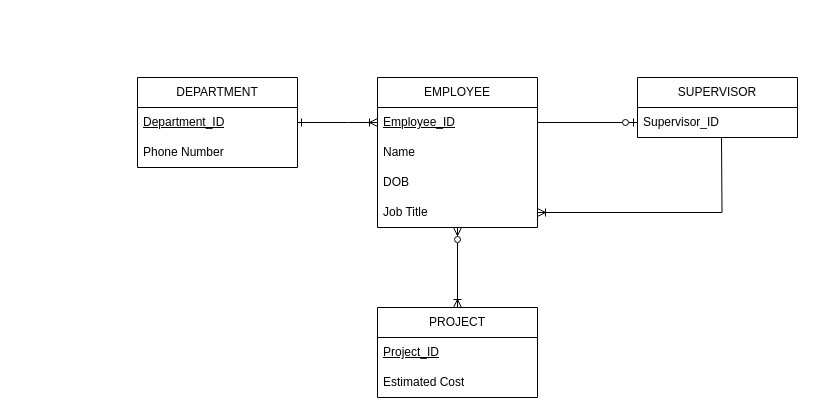
ngimpWT/CIDM3350 keeps this draw.io diagram as Homework1.drawio. Above is the earlier version. Source tidied: cells renumbered, new cells numbered last; positions are measured from the earlier drawing's top-left corner, leaving out a move shared by most shapes. Both pictures are drawn from the tidied source at 100%, with x=0, y=0 at pixel (137, 77).
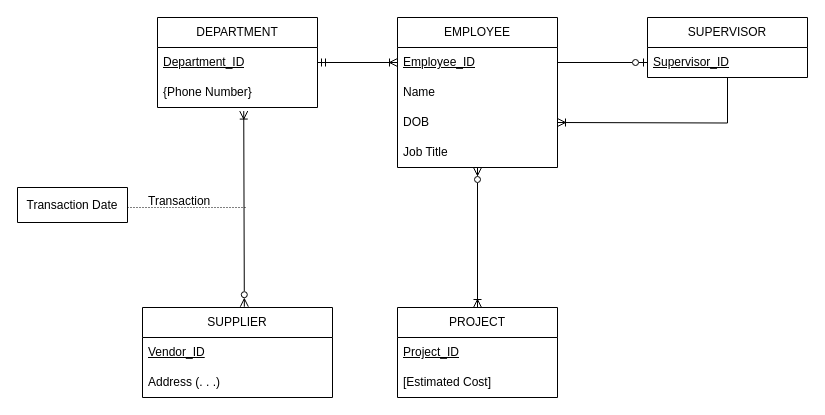
After the change.

The change refers to these unchanged cells:
```xml
<mxCell id="5" value="&lt;u&gt;Employee_ID&lt;/u&gt;" style="text;strokeColor=none;fillColor=none;align=left;verticalAlign=middle;spacingLeft=4;spacingRight=4;overflow=hidden;points=[[0,0.5],[1,0.5]];portConstraint=eastwest;whiteSpace=wrap;html=1;" parent="4" vertex="1">
  <mxGeometry y="30" width="160" height="30" as="geometry" />
</mxCell>
<mxCell id="8" value="Job Title" style="text;strokeColor=none;fillColor=none;align=left;verticalAlign=middle;spacingLeft=4;spacingRight=4;overflow=hidden;points=[[0,0.5],[1,0.5]];portConstraint=eastwest;whiteSpace=wrap;html=1;" parent="4" vertex="1">
  <mxGeometry y="120" width="160" height="30" as="geometry" />
</mxCell>
```

The edit, as a diff of the source:
```diff
@@
-    <mxCell id="3" style="rounded=0;jettySize=auto;html=1;exitX=0;exitY=0.5;exitDx=0;exitDy=0;startArrow=ERoneToMany;startFill=0;endArrow=ERone;endFill=0;" parent="1" edge="1" source="5" target="17">
-      <mxGeometry relative="1" as="geometry">
-        <Array as="points">
-          <mxPoint x="210" y="45" />
-        </Array>
-      </mxGeometry>
+    <mxCell id="3" style="rounded=0;jettySize=auto;html=1;exitX=0;exitY=0.5;exitDx=0;exitDy=0;startArrow=ERoneToMany;startFill=0;endArrow=ERmandOne;endFill=0;" parent="1" edge="1" source="5" target="17">
+      <mxGeometry relative="1" as="geometry" />
     </mxCell>
     <mxCell id="4" value="EMPLOYEE" style="swimlane;fontStyle=0;horizontal=1;startSize=30;whiteSpace=wrap;html=1;" parent="1" vertex="1">
-      <mxGeometry x="240" width="160" height="150" as="geometry" />
+      <mxGeometry x="260" y="-60" width="160" height="150" as="geometry" />
     </mxCell>
@@
     <mxCell id="10" value="SUPERVISOR" style="swimlane;fontStyle=0;horizontal=1;startSize=30;whiteSpace=wrap;html=1;" parent="1" vertex="1">
-      <mxGeometry x="500" width="160" height="60" as="geometry" />
+      <mxGeometry x="510" y="-60" width="160" height="60" as="geometry" />
     </mxCell>
-    <mxCell id="11" value="Supervisor_ID" style="text;strokeColor=none;fillColor=none;align=left;verticalAlign=middle;spacingLeft=4;spacingRight=4;overflow=hidden;points=[[0,0.5],[1,0.5]];portConstraint=eastwest;whiteSpace=wrap;html=1;" parent="10" vertex="1">
+    <mxCell id="11" value="&lt;u&gt;Supervisor_ID&lt;/u&gt;" style="text;strokeColor=none;fillColor=none;align=left;verticalAlign=middle;spacingLeft=4;spacingRight=4;overflow=hidden;points=[[0,0.5],[1,0.5]];portConstraint=eastwest;whiteSpace=wrap;html=1;" parent="10" vertex="1">
       <mxGeometry y="30" width="160" height="30" as="geometry" />
     </mxCell>
@@
-    <mxCell id="13" style="endArrow=none;html=1;rounded=0;edgeStyle=orthogonalEdgeStyle;startArrow=ERoneToMany;startFill=0;exitX=1;exitY=0.5;exitDx=0;exitDy=0;" parent="1" edge="1" source="8">
+    <mxCell id="13" style="endArrow=none;html=1;rounded=0;edgeStyle=orthogonalEdgeStyle;startArrow=ERoneToMany;startFill=0;exitX=1;exitY=0.5;exitDx=0;exitDy=0;entryX=0.5;entryY=1;entryDx=0;entryDy=0;" parent="1" edge="1" target="10">
       <mxGeometry relative="1" as="geometry">
-        <mxPoint x="584" y="60" as="targetPoint" />
+        <mxPoint x="420" y="45" as="sourcePoint" />
       </mxGeometry>
     </mxCell>
     <mxCell id="14" value="PROJECT" style="swimlane;fontStyle=0;horizontal=1;startSize=30;whiteSpace=wrap;html=1;" parent="1" vertex="1">
-      <mxGeometry x="240" y="230" width="160" height="90" as="geometry" />
+      <mxGeometry x="260" y="230" width="160" height="90" as="geometry" />
     </mxCell>
@@
-    <mxCell id="16" value="Estimated Cost" style="text;strokeColor=none;fillColor=none;align=left;verticalAlign=middle;spacingLeft=4;spacingRight=4;overflow=hidden;whiteSpace=wrap;html=1;" parent="14" vertex="1">
+    <mxCell id="16" value="[Estimated Cost]" style="text;strokeColor=none;fillColor=none;align=left;verticalAlign=middle;spacingLeft=4;spacingRight=4;overflow=hidden;whiteSpace=wrap;html=1;" parent="14" vertex="1">
       <mxGeometry y="60" width="160" height="30" as="geometry" />
     </mxCell>
+    <mxCell id="20" style="rounded=0;jettySize=auto;html=1;entryX=0.536;entryY=-0.009;entryDx=0;entryDy=0;entryPerimeter=0;endArrow=ERzeroToMany;endFill=0;startArrow=ERoneToMany;startFill=0;exitX=0.539;exitY=1.119;exitDx=0;exitDy=0;exitPerimeter=0;" parent="1" edge="1" source="19" target="21">
+      <mxGeometry relative="1" as="geometry" />
+    </mxCell>
     <mxCell id="17" value="DEPARTMENT" style="swimlane;fontStyle=0;horizontal=1;startSize=30;whiteSpace=wrap;html=1;" parent="1" vertex="1">
-      <mxGeometry width="160" height="90" as="geometry" />
+      <mxGeometry x="20" y="-60" width="160" height="90" as="geometry" />
     </mxCell>
@@
-    <mxCell id="19" value="Phone Number" style="text;strokeColor=none;fillColor=none;align=left;verticalAlign=middle;spacingLeft=4;spacingRight=4;overflow=hidden;points=[[0,0.5],[1,0.5]];portConstraint=eastwest;whiteSpace=wrap;html=1;" parent="17" vertex="1">
+    <mxCell id="19" value="{Phone Number}" style="text;strokeColor=none;fillColor=none;align=left;verticalAlign=middle;spacingLeft=4;spacingRight=4;overflow=hidden;points=[[0,0.5],[1,0.5]];portConstraint=eastwest;whiteSpace=wrap;html=1;" parent="17" vertex="1">
       <mxGeometry y="60" width="160" height="30" as="geometry" />
     </mxCell>
+    <mxCell id="21" value="SUPPLIER" style="swimlane;fontStyle=0;horizontal=1;startSize=30;whiteSpace=wrap;html=1;" parent="1" vertex="1">
+      <mxGeometry x="5" y="230" width="190" height="90" as="geometry" />
+    </mxCell>
+    <mxCell id="22" value="&lt;u&gt;Vendor_ID&lt;/u&gt;" style="text;strokeColor=none;fillColor=none;align=left;verticalAlign=middle;spacingLeft=4;spacingRight=4;overflow=hidden;whiteSpace=wrap;html=1;" parent="21" vertex="1">
+      <mxGeometry y="30" width="190" height="30" as="geometry" />
+    </mxCell>
+    <mxCell id="23" value="&lt;div&gt;Address (. . .)&lt;/div&gt;" style="text;strokeColor=none;fillColor=none;align=left;verticalAlign=middle;spacingLeft=4;spacingRight=4;overflow=hidden;whiteSpace=wrap;html=1;" parent="21" vertex="1">
+      <mxGeometry y="60" width="190" height="30" as="geometry" />
+    </mxCell>
+    <mxCell id="24" value="Transaction Date" style="swimlane;fontStyle=0;horizontal=1;startSize=65;whiteSpace=wrap;html=1;" parent="1" vertex="1">
+      <mxGeometry x="-120" y="110" width="110" height="35" as="geometry" />
+    </mxCell>
+    <mxCell id="25" style="endArrow=none;html=1;rounded=0;dashed=1;dashPattern=1 2;" parent="1" edge="1">
+      <mxGeometry relative="1" as="geometry">
+        <mxPoint x="-10" y="130" as="sourcePoint" />
+        <mxPoint x="110" y="130" as="targetPoint" />
+      </mxGeometry>
+    </mxCell>
+    <mxCell id="26" style="html=1;whiteSpace=wrap;align=right;verticalAlign=bottom;" parent="25" vertex="1">
+      <mxGeometry x="1" relative="1" as="geometry" />
+    </mxCell>
+    <mxCell id="27" value="Transaction" style="text;strokeColor=none;fillColor=none;spacingLeft=4;spacingRight=4;overflow=hidden;fontSize=12;whiteSpace=wrap;html=1;" parent="1" vertex="1">
+      <mxGeometry x="5" y="110" width="100" height="20" as="geometry" />
+    </mxCell>
```
